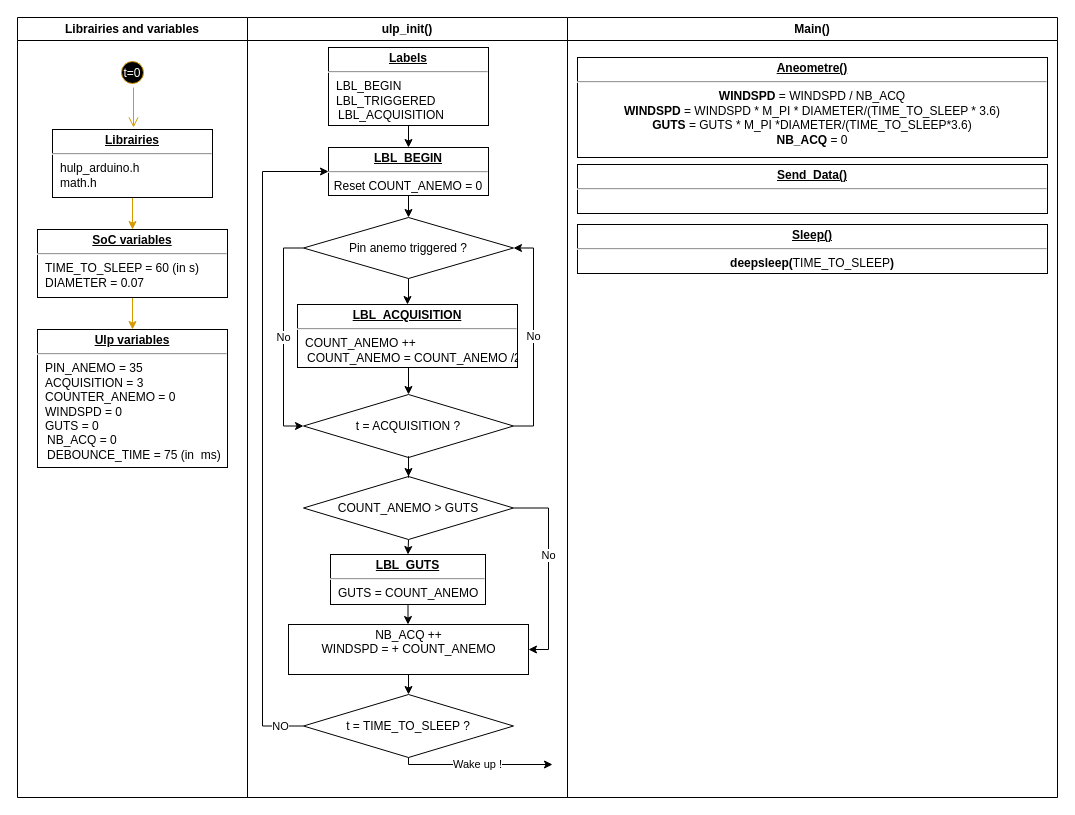
This is Untitled Diagram.drawio from laguill/Rain-gauge-ulp-esp32, a draw.io file, before an edit. Source tidied: cells renumbered, new cells numbered last; positions are measured from the earlier drawing's top-left corner, leaving out a move shared by most shapes. Both pictures are drawn from the tidied source at 100%, with x=0, y=0 at pixel (17, 17).
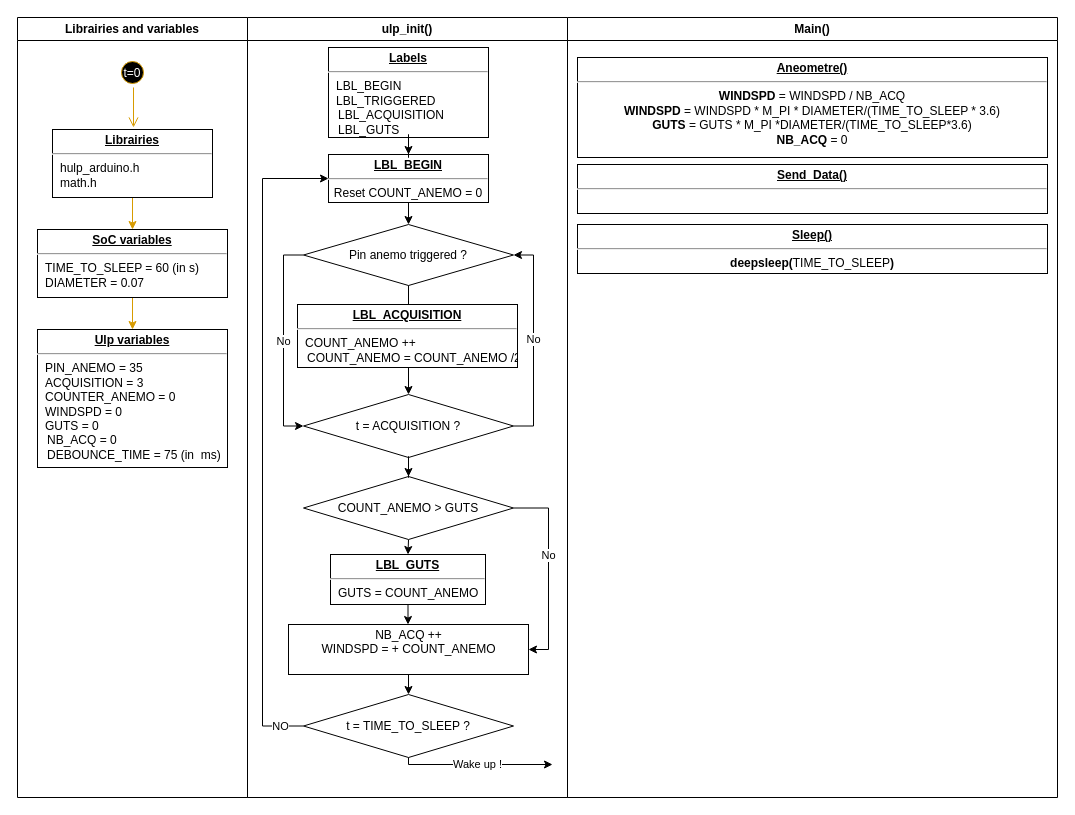
The same page after the edit.

Unchanged cells that the change refers to:
```xml
<mxCell id="10" value="ulp_init()" style="swimlane;whiteSpace=wrap;" parent="1" vertex="1">
  <mxGeometry x="230" width="320" height="780" as="geometry" />
</mxCell>
<mxCell id="30" value="t = TIME_TO_SLEEP ?" style="rhombus;whiteSpace=wrap;html=1;align=center;verticalAlign=middle;" parent="10" vertex="1">
  <mxGeometry x="56" y="677" width="210" height="63" as="geometry" />
</mxCell>
```

Diff of the diagram source:
```diff
@@
-    <mxCell id="11" value="&lt;p style=&quot;margin: 0px ; margin-top: 4px ; text-align: center ; text-decoration: underline&quot;&gt;&lt;b&gt;Labels&lt;/b&gt;&lt;br&gt;&lt;/p&gt;&lt;hr&gt;&lt;p style=&quot;margin: 0px ; margin-left: 8px&quot;&gt;LBL_BEGIN&lt;/p&gt;&lt;p style=&quot;margin: 0px ; margin-left: 8px&quot;&gt;LBL_TRIGGERED&lt;br&gt;&lt;/p&gt;&amp;nbsp;&amp;nbsp; LBL_ACQUISITION" style="verticalAlign=top;align=left;overflow=fill;fontSize=12;fontFamily=Helvetica;html=1;" parent="10" vertex="1">
-      <mxGeometry x="81" y="30" width="160" height="78" as="geometry" />
+    <mxCell id="11" value="&lt;p style=&quot;margin: 0px ; margin-top: 4px ; text-align: center ; text-decoration: underline&quot;&gt;&lt;b&gt;Labels&lt;/b&gt;&lt;br&gt;&lt;/p&gt;&lt;hr&gt;&lt;p style=&quot;margin: 0px ; margin-left: 8px&quot;&gt;LBL_BEGIN&lt;/p&gt;&lt;p style=&quot;margin: 0px ; margin-left: 8px&quot;&gt;LBL_TRIGGERED&lt;br&gt;&lt;/p&gt;&lt;div&gt;&amp;nbsp;&amp;nbsp; LBL_ACQUISITION&lt;/div&gt;&lt;div align=&quot;left&quot;&gt;&amp;nbsp;&amp;nbsp; LBL_GUTS&lt;br&gt;&lt;/div&gt;" style="verticalAlign=top;align=left;overflow=fill;fontSize=12;fontFamily=Helvetica;html=1;" parent="10" vertex="1">
+      <mxGeometry x="81" y="30" width="160" height="90" as="geometry" />
     </mxCell>
     <mxCell id="12" value="&lt;p style=&quot;margin: 0px ; margin-top: 4px ; text-align: center ; text-decoration: underline&quot;&gt;&lt;b&gt;LBL_BEGIN&lt;/b&gt;&lt;br&gt;&lt;/p&gt;&lt;hr&gt;&lt;div align=&quot;center&quot;&gt;Reset COUNT_ANEMO = 0&lt;/div&gt;" style="verticalAlign=top;align=left;overflow=fill;fontSize=12;fontFamily=Helvetica;html=1;" parent="10" vertex="1">
-      <mxGeometry x="81" y="130" width="160" height="48" as="geometry" />
+      <mxGeometry x="81" y="137" width="160" height="48" as="geometry" />
     </mxCell>
@@
     <mxCell id="15" value="Pin anemo triggered ?" style="rhombus;whiteSpace=wrap;html=1;align=center;verticalAlign=middle;" parent="10" vertex="1">
-      <mxGeometry x="56" y="200" width="210" height="61" as="geometry" />
+      <mxGeometry x="56" y="207" width="210" height="61" as="geometry" />
     </mxCell>
@@
     <mxCell id="31" value="NO" style="edgeStyle=orthogonalEdgeStyle;rounded=0;jettySize=auto;html=1;exitX=0;exitY=0.5;exitDx=0;exitDy=0;fontColor=#000000;entryX=0;entryY=0.5;entryDx=0;entryDy=0;" parent="10" edge="1" source="30" target="12">
       <mxGeometry x="-0.93" relative="1" as="geometry">
         <Array as="points">
           <mxPoint x="15" y="709" />
-          <mxPoint x="15" y="154" />
+          <mxPoint x="15" y="161" />
         </Array>
       </mxGeometry>
     </mxCell>
```
